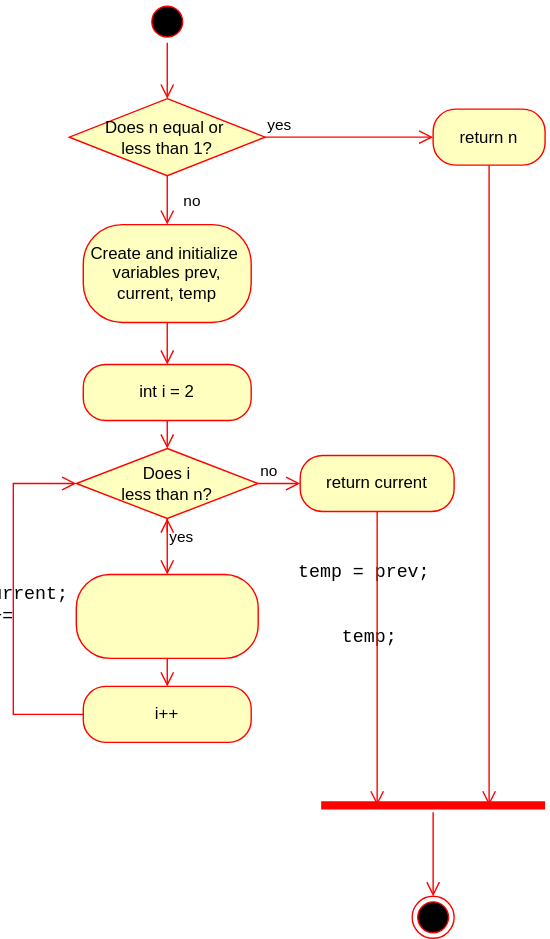
This is src/main/resources/Iterated.svg from AntonTsa/fibonacci, a draw.io export, as it was before one commit. Source tidied: cells renumbered, new cells last; positions are measured from the earlier drawing's top-left corner, leaving out a move shared by most shapes. The source it was exported from:
```xml
<mxGraphModel>
  <root>
    <mxCell id="0" />
    <mxCell id="1" parent="0" />
    <mxCell id="2" style="ellipse;html=1;shape=startState;fillColor=#000000;strokeColor=#ff0000;" parent="1" vertex="1">
      <mxGeometry x="95" width="30" height="30" as="geometry" />
    </mxCell>
    <mxCell id="3" style="edgeStyle=orthogonalEdgeStyle;html=1;verticalAlign=bottom;endArrow=open;endSize=8;strokeColor=#ff0000;rounded=0;entryX=0.5;entryY=0;entryDx=0;entryDy=0;" parent="1" edge="1" source="2" target="4">
      <mxGeometry relative="1" as="geometry" />
    </mxCell>
    <mxCell id="4" value="Does n equal or&amp;nbsp;&lt;div&gt;less than 1?&lt;/div&gt;" style="rhombus;whiteSpace=wrap;html=1;fontColor=#000000;fillColor=#ffffc0;strokeColor=#ff0000;" parent="1" vertex="1">
      <mxGeometry x="40" y="70" width="140" height="55" as="geometry" />
    </mxCell>
    <mxCell id="5" value="yes" style="edgeStyle=orthogonalEdgeStyle;html=1;align=left;verticalAlign=bottom;endArrow=open;endSize=8;strokeColor=#ff0000;rounded=0;entryX=0;entryY=0.5;entryDx=0;entryDy=0;" parent="1" edge="1" source="4" target="7">
      <mxGeometry x="-1" relative="1" as="geometry" />
    </mxCell>
    <mxCell id="6" value="no" style="edgeStyle=orthogonalEdgeStyle;html=1;align=left;verticalAlign=top;endArrow=open;endSize=8;strokeColor=#ff0000;rounded=0;" parent="1" edge="1" source="4">
      <mxGeometry x="-0.71" y="10" relative="1" as="geometry">
        <mxPoint x="110" y="160" as="targetPoint" />
      </mxGeometry>
    </mxCell>
    <mxCell id="7" value="return n" style="rounded=1;whiteSpace=wrap;html=1;arcSize=40;fontColor=#000000;fillColor=#ffffc0;strokeColor=#ff0000;" parent="1" vertex="1">
      <mxGeometry x="300" y="77.5" width="80" height="40" as="geometry" />
    </mxCell>
    <mxCell id="8" style="ellipse;html=1;shape=endState;fillColor=#000000;strokeColor=#ff0000;" parent="1" vertex="1">
      <mxGeometry x="285" y="640" width="30" height="30" as="geometry" />
    </mxCell>
    <mxCell id="9" value="Create and initialize&amp;nbsp;&lt;div&gt;variables prev, current, temp&lt;/div&gt;" style="rounded=1;whiteSpace=wrap;html=1;arcSize=40;fontColor=#000000;fillColor=#ffffc0;strokeColor=#ff0000;" parent="1" vertex="1">
      <mxGeometry x="50" y="160" width="120" height="70" as="geometry" />
    </mxCell>
    <mxCell id="10" style="edgeStyle=orthogonalEdgeStyle;html=1;verticalAlign=bottom;endArrow=open;endSize=8;strokeColor=#ff0000;rounded=0;exitX=0.5;exitY=1;exitDx=0;exitDy=0;entryX=0.5;entryY=0;entryDx=0;entryDy=0;" parent="1" edge="1" source="9" target="13">
      <mxGeometry relative="1" as="geometry">
        <Array as="points">
          <mxPoint x="110" y="250" />
          <mxPoint x="110" y="250" />
        </Array>
      </mxGeometry>
    </mxCell>
    <mxCell id="11" value="no" style="edgeStyle=orthogonalEdgeStyle;html=1;align=left;verticalAlign=bottom;endArrow=open;endSize=8;strokeColor=#ff0000;rounded=0;entryX=0;entryY=0.5;entryDx=0;entryDy=0;" parent="1" edge="1" source="16" target="17">
      <mxGeometry x="-1" relative="1" as="geometry" />
    </mxCell>
    <mxCell id="12" value="yes" style="edgeStyle=orthogonalEdgeStyle;html=1;align=left;verticalAlign=top;endArrow=open;endSize=8;strokeColor=#ff0000;rounded=0;entryX=0.5;entryY=0;entryDx=0;entryDy=0;" parent="1" edge="1" source="16" target="18">
      <mxGeometry x="-1" relative="1" as="geometry" />
    </mxCell>
    <mxCell id="13" value="&lt;p&gt;int i = 2&lt;/p&gt;" style="rounded=1;whiteSpace=wrap;html=1;arcSize=40;fontColor=#000000;fillColor=#ffffc0;strokeColor=#ff0000;" parent="1" vertex="1">
      <mxGeometry x="50" y="260" width="120" height="40" as="geometry" />
    </mxCell>
    <mxCell id="14" style="edgeStyle=orthogonalEdgeStyle;html=1;verticalAlign=bottom;endArrow=open;endSize=8;strokeColor=#ff0000;rounded=0;" parent="1" edge="1" source="16">
      <mxGeometry relative="1" as="geometry">
        <mxPoint x="110" y="370" as="targetPoint" />
      </mxGeometry>
    </mxCell>
    <mxCell id="15" style="edgeStyle=orthogonalEdgeStyle;html=1;verticalAlign=bottom;endArrow=open;endSize=8;strokeColor=#ff0000;rounded=0;" parent="1" edge="1" source="13" target="16">
      <mxGeometry relative="1" as="geometry" />
    </mxCell>
    <mxCell id="16" value="Does i&lt;div&gt;less than n?&lt;/div&gt;" style="rhombus;whiteSpace=wrap;html=1;fontColor=#000000;fillColor=#ffffc0;strokeColor=#ff0000;" parent="1" vertex="1">
      <mxGeometry x="45" y="320" width="130" height="50" as="geometry" />
    </mxCell>
    <mxCell id="17" value="return current" style="rounded=1;whiteSpace=wrap;html=1;arcSize=40;fontColor=#000000;fillColor=#ffffc0;strokeColor=#ff0000;" parent="1" vertex="1">
      <mxGeometry x="205" y="325" width="110" height="40" as="geometry" />
    </mxCell>
    <mxCell id="18" value="&lt;pre style=&quot;text-align: left; font-family: &amp;quot;JetBrains Mono&amp;quot;, monospace; font-size: 9.8pt;&quot;&gt;&lt;font style=&quot;color: rgb(0, 0, 0);&quot;&gt;temp = prev;&lt;br&gt;prev = current;&lt;br&gt;current += temp;&lt;/font&gt;&lt;/pre&gt;" style="rounded=1;whiteSpace=wrap;html=1;arcSize=40;fontColor=#000000;fillColor=#ffffc0;strokeColor=#ff0000;" parent="1" vertex="1">
      <mxGeometry x="45" y="410" width="130" height="60" as="geometry" />
    </mxCell>
    <mxCell id="19" style="edgeStyle=orthogonalEdgeStyle;html=1;verticalAlign=bottom;endArrow=open;endSize=8;strokeColor=#ff0000;rounded=0;" parent="1" edge="1" source="18">
      <mxGeometry relative="1" as="geometry">
        <mxPoint x="110" y="490" as="targetPoint" />
      </mxGeometry>
    </mxCell>
    <mxCell id="20" value="i++" style="rounded=1;whiteSpace=wrap;html=1;arcSize=40;fontColor=#000000;fillColor=#ffffc0;strokeColor=#ff0000;" parent="1" vertex="1">
      <mxGeometry x="50" y="490" width="120" height="40" as="geometry" />
    </mxCell>
    <mxCell id="21" style="edgeStyle=orthogonalEdgeStyle;html=1;verticalAlign=bottom;endArrow=open;endSize=8;strokeColor=#ff0000;rounded=0;entryX=0;entryY=0.5;entryDx=0;entryDy=0;exitX=0;exitY=0.5;exitDx=0;exitDy=0;" parent="1" edge="1" source="20" target="16">
      <mxGeometry relative="1" as="geometry">
        <Array as="points">
          <mxPoint y="510" />
          <mxPoint y="345" />
        </Array>
      </mxGeometry>
    </mxCell>
    <mxCell id="22" style="shape=line;html=1;strokeWidth=6;strokeColor=#ff0000;" parent="1" vertex="1">
      <mxGeometry x="220" y="570" width="160" height="10" as="geometry" />
    </mxCell>
    <mxCell id="23" style="edgeStyle=orthogonalEdgeStyle;html=1;verticalAlign=bottom;endArrow=open;endSize=8;strokeColor=#ff0000;rounded=0;entryX=0.5;entryY=0;entryDx=0;entryDy=0;" parent="1" edge="1" source="22" target="8">
      <mxGeometry relative="1" as="geometry" />
    </mxCell>
    <mxCell id="24" style="edgeStyle=orthogonalEdgeStyle;html=1;verticalAlign=bottom;endArrow=open;endSize=8;strokeColor=#ff0000;rounded=0;entryX=0.75;entryY=0.5;entryDx=0;entryDy=0;exitX=0.5;exitY=1;exitDx=0;exitDy=0;entryPerimeter=0;" parent="1" edge="1" source="7" target="22">
      <mxGeometry relative="1" as="geometry">
        <Array as="points">
          <mxPoint x="340" y="500" />
          <mxPoint x="340" y="500" />
        </Array>
      </mxGeometry>
    </mxCell>
    <mxCell id="25" style="edgeStyle=orthogonalEdgeStyle;html=1;verticalAlign=bottom;endArrow=open;endSize=8;strokeColor=#ff0000;rounded=0;entryX=0.25;entryY=0.5;entryDx=0;entryDy=0;exitX=0.5;exitY=1;exitDx=0;exitDy=0;entryPerimeter=0;" parent="1" edge="1" source="17" target="22">
      <mxGeometry relative="1" as="geometry">
        <Array as="points">
          <mxPoint x="260" y="420" />
          <mxPoint x="260" y="420" />
        </Array>
      </mxGeometry>
    </mxCell>
  </root>
</mxGraphModel>
```
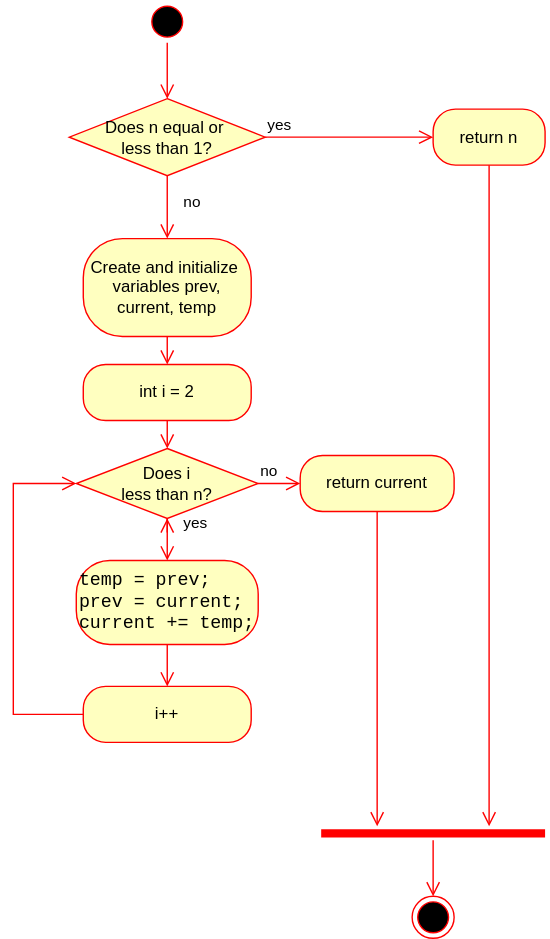
After the commit.

The edit, as a diff of the source:
```diff
@@ -1,4 +1,4 @@
-<mxGraphModel>
+<mxGraphModel background="#FFFFFF">
   <root>
     <mxCell id="0" />
     <mxCell id="1" parent="0" />
@@ -14,10 +14,8 @@
     <mxCell id="5" value="yes" style="edgeStyle=orthogonalEdgeStyle;html=1;align=left;verticalAlign=bottom;endArrow=open;endSize=8;strokeColor=#ff0000;rounded=0;entryX=0;entryY=0.5;entryDx=0;entryDy=0;" parent="1" edge="1" source="4" target="7">
       <mxGeometry x="-1" relative="1" as="geometry" />
     </mxCell>
-    <mxCell id="6" value="no" style="edgeStyle=orthogonalEdgeStyle;html=1;align=left;verticalAlign=top;endArrow=open;endSize=8;strokeColor=#ff0000;rounded=0;" parent="1" edge="1" source="4">
-      <mxGeometry x="-0.71" y="10" relative="1" as="geometry">
-        <mxPoint x="110" y="160" as="targetPoint" />
-      </mxGeometry>
+    <mxCell id="6" value="no" style="edgeStyle=orthogonalEdgeStyle;html=1;align=left;verticalAlign=top;endArrow=open;endSize=8;strokeColor=#ff0000;rounded=0;entryX=0.5;entryY=0;entryDx=0;entryDy=0;" parent="1" edge="1" source="4" target="9">
+      <mxGeometry x="-0.71" y="10" relative="1" as="geometry" />
     </mxCell>
     <mxCell id="7" value="return n" style="rounded=1;whiteSpace=wrap;html=1;arcSize=40;fontColor=#000000;fillColor=#ffffc0;strokeColor=#ff0000;" parent="1" vertex="1">
       <mxGeometry x="300" y="77.5" width="80" height="40" as="geometry" />
@@ -26,21 +24,18 @@
       <mxGeometry x="285" y="640" width="30" height="30" as="geometry" />
     </mxCell>
     <mxCell id="9" value="Create and initialize&amp;nbsp;&lt;div&gt;variables prev, current, temp&lt;/div&gt;" style="rounded=1;whiteSpace=wrap;html=1;arcSize=40;fontColor=#000000;fillColor=#ffffc0;strokeColor=#ff0000;" parent="1" vertex="1">
-      <mxGeometry x="50" y="160" width="120" height="70" as="geometry" />
+      <mxGeometry x="50" y="170" width="120" height="70" as="geometry" />
     </mxCell>
     <mxCell id="10" style="edgeStyle=orthogonalEdgeStyle;html=1;verticalAlign=bottom;endArrow=open;endSize=8;strokeColor=#ff0000;rounded=0;exitX=0.5;exitY=1;exitDx=0;exitDy=0;entryX=0.5;entryY=0;entryDx=0;entryDy=0;" parent="1" edge="1" source="9" target="13">
-      <mxGeometry relative="1" as="geometry">
-        <Array as="points">
-          <mxPoint x="110" y="250" />
-          <mxPoint x="110" y="250" />
-        </Array>
-      </mxGeometry>
+      <mxGeometry relative="1" as="geometry" />
     </mxCell>
     <mxCell id="11" value="no" style="edgeStyle=orthogonalEdgeStyle;html=1;align=left;verticalAlign=bottom;endArrow=open;endSize=8;strokeColor=#ff0000;rounded=0;entryX=0;entryY=0.5;entryDx=0;entryDy=0;" parent="1" edge="1" source="16" target="17">
       <mxGeometry x="-1" relative="1" as="geometry" />
     </mxCell>
     <mxCell id="12" value="yes" style="edgeStyle=orthogonalEdgeStyle;html=1;align=left;verticalAlign=top;endArrow=open;endSize=8;strokeColor=#ff0000;rounded=0;entryX=0.5;entryY=0;entryDx=0;entryDy=0;" parent="1" edge="1" source="16" target="18">
-      <mxGeometry x="-1" relative="1" as="geometry" />
+      <mxGeometry x="-1" y="14" relative="1" as="geometry">
+        <mxPoint x="-4" y="-10" as="offset" />
+      </mxGeometry>
     </mxCell>
     <mxCell id="13" value="&lt;p&gt;int i = 2&lt;/p&gt;" style="rounded=1;whiteSpace=wrap;html=1;arcSize=40;fontColor=#000000;fillColor=#ffffc0;strokeColor=#ff0000;" parent="1" vertex="1">
       <mxGeometry x="50" y="260" width="120" height="40" as="geometry" />
@@ -60,12 +55,10 @@
       <mxGeometry x="205" y="325" width="110" height="40" as="geometry" />
     </mxCell>
     <mxCell id="18" value="&lt;pre style=&quot;text-align: left; font-family: &amp;quot;JetBrains Mono&amp;quot;, monospace; font-size: 9.8pt;&quot;&gt;&lt;font style=&quot;color: rgb(0, 0, 0);&quot;&gt;temp = prev;&lt;br&gt;prev = current;&lt;br&gt;current += temp;&lt;/font&gt;&lt;/pre&gt;" style="rounded=1;whiteSpace=wrap;html=1;arcSize=40;fontColor=#000000;fillColor=#ffffc0;strokeColor=#ff0000;" parent="1" vertex="1">
-      <mxGeometry x="45" y="410" width="130" height="60" as="geometry" />
+      <mxGeometry x="45" y="400" width="130" height="60" as="geometry" />
     </mxCell>
-    <mxCell id="19" style="edgeStyle=orthogonalEdgeStyle;html=1;verticalAlign=bottom;endArrow=open;endSize=8;strokeColor=#ff0000;rounded=0;" parent="1" edge="1" source="18">
-      <mxGeometry relative="1" as="geometry">
-        <mxPoint x="110" y="490" as="targetPoint" />
-      </mxGeometry>
+    <mxCell id="19" style="edgeStyle=orthogonalEdgeStyle;html=1;verticalAlign=bottom;endArrow=open;endSize=8;strokeColor=#ff0000;rounded=0;entryX=0.5;entryY=0;entryDx=0;entryDy=0;" parent="1" edge="1" source="18" target="20">
+      <mxGeometry relative="1" as="geometry" />
     </mxCell>
     <mxCell id="20" value="i++" style="rounded=1;whiteSpace=wrap;html=1;arcSize=40;fontColor=#000000;fillColor=#ffffc0;strokeColor=#ff0000;" parent="1" vertex="1">
       <mxGeometry x="50" y="490" width="120" height="40" as="geometry" />
@@ -79,24 +72,24 @@
       </mxGeometry>
     </mxCell>
     <mxCell id="22" style="shape=line;html=1;strokeWidth=6;strokeColor=#ff0000;" parent="1" vertex="1">
-      <mxGeometry x="220" y="570" width="160" height="10" as="geometry" />
+      <mxGeometry x="220" y="590" width="160" height="10" as="geometry" />
     </mxCell>
     <mxCell id="23" style="edgeStyle=orthogonalEdgeStyle;html=1;verticalAlign=bottom;endArrow=open;endSize=8;strokeColor=#ff0000;rounded=0;entryX=0.5;entryY=0;entryDx=0;entryDy=0;" parent="1" edge="1" source="22" target="8">
       <mxGeometry relative="1" as="geometry" />
     </mxCell>
-    <mxCell id="24" style="edgeStyle=orthogonalEdgeStyle;html=1;verticalAlign=bottom;endArrow=open;endSize=8;strokeColor=#ff0000;rounded=0;entryX=0.75;entryY=0.5;entryDx=0;entryDy=0;exitX=0.5;exitY=1;exitDx=0;exitDy=0;entryPerimeter=0;" parent="1" edge="1" source="7" target="22">
+    <mxCell id="24" style="edgeStyle=orthogonalEdgeStyle;html=1;verticalAlign=bottom;endArrow=open;endSize=8;strokeColor=#ff0000;rounded=0;exitX=0.5;exitY=1;exitDx=0;exitDy=0;" parent="1" edge="1" source="7" target="22">
       <mxGeometry relative="1" as="geometry">
         <Array as="points">
-          <mxPoint x="340" y="500" />
-          <mxPoint x="340" y="500" />
+          <mxPoint x="340" y="470" />
+          <mxPoint x="340" y="470" />
         </Array>
       </mxGeometry>
     </mxCell>
-    <mxCell id="25" style="edgeStyle=orthogonalEdgeStyle;html=1;verticalAlign=bottom;endArrow=open;endSize=8;strokeColor=#ff0000;rounded=0;entryX=0.25;entryY=0.5;entryDx=0;entryDy=0;exitX=0.5;exitY=1;exitDx=0;exitDy=0;entryPerimeter=0;" parent="1" edge="1" source="17" target="22">
+    <mxCell id="25" style="edgeStyle=orthogonalEdgeStyle;html=1;verticalAlign=bottom;endArrow=open;endSize=8;strokeColor=#ff0000;rounded=0;exitX=0.5;exitY=1;exitDx=0;exitDy=0;" parent="1" edge="1" source="17" target="22">
       <mxGeometry relative="1" as="geometry">
         <Array as="points">
-          <mxPoint x="260" y="420" />
-          <mxPoint x="260" y="420" />
+          <mxPoint x="260" y="540" />
+          <mxPoint x="260" y="540" />
         </Array>
       </mxGeometry>
     </mxCell>
```
